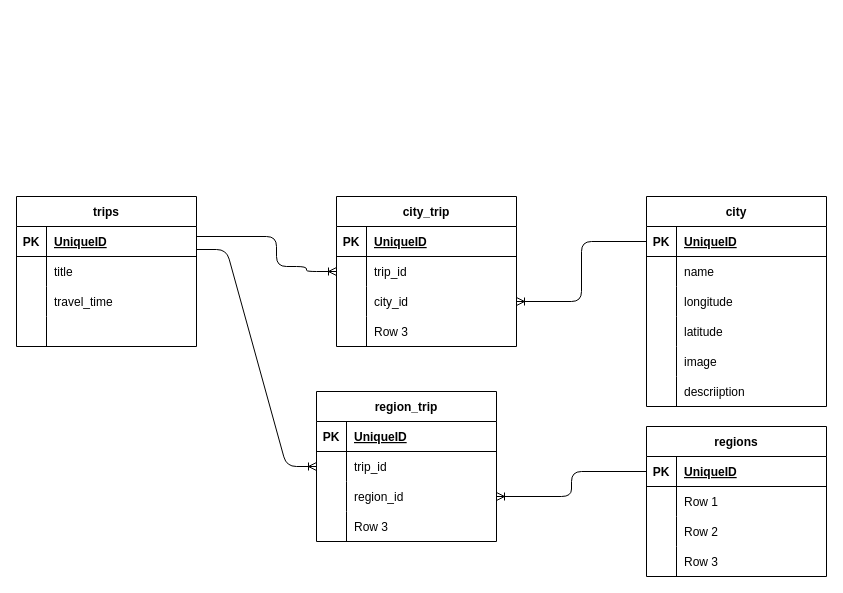
Before: trip.drawio in Federicaye/travel-app, a draw.io diagram. Source tidied: cells renumbered, new cells numbered last; positions are measured from the earlier drawing's top-left corner, leaving out a move shared by most shapes. Both pictures are drawn from the tidied source at 100%, with x=0, y=0 at pixel (16, 196).
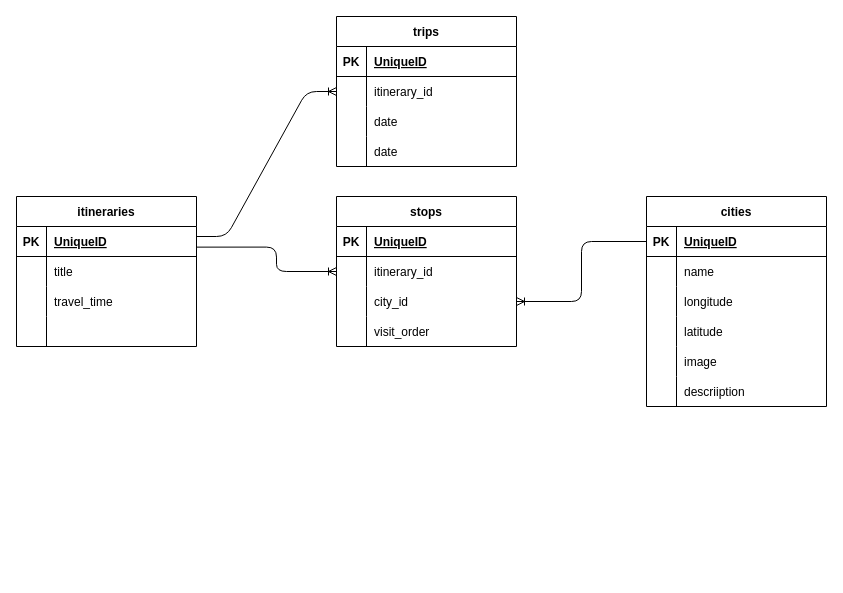
The same page after the edit.

Unchanged cells that the change refers to:
```xml
<mxCell id="3" style="shape=tableRow;horizontal=0;startSize=0;swimlaneHead=0;swimlaneBody=0;fillColor=none;points=[[0,0.5],[1,0.5]];portConstraint=eastwest;top=0;left=0;right=0;bottom=1;" parent="2" vertex="1">
  <mxGeometry y="30" width="180" height="30" as="geometry" />
</mxCell>
<mxCell id="51" style="shape=tableRow;horizontal=0;startSize=0;swimlaneHead=0;swimlaneBody=0;fillColor=none;points=[[0,0.5],[1,0.5]];portConstraint=eastwest;top=0;left=0;right=0;bottom=0;" parent="47" vertex="1">
  <mxGeometry y="60" width="180" height="30" as="geometry" />
</mxCell>
<mxCell id="57" style="shape=tableRow;horizontal=0;startSize=0;swimlaneHead=0;swimlaneBody=0;fillColor=none;top=0;left=0;right=0;bottom=0;" parent="47" vertex="1">
  <mxGeometry y="120" width="180" height="30" as="geometry" />
</mxCell>
```

The edit, as a diff of the source:
```diff
@@
-    <mxCell id="2" value="trips" style="shape=table;startSize=30;childLayout=tableLayout;rowLines=0;fontStyle=1;align=center;" parent="1" vertex="1">
+    <mxCell id="2" value="itineraries" style="shape=table;startSize=30;childLayout=tableLayout;rowLines=0;fontStyle=1;align=center;" parent="1" vertex="1">
       <mxGeometry width="180" height="150" as="geometry" />
     </mxCell>
@@
-    <mxCell id="15" value="regions" style="shape=table;startSize=30;childLayout=tableLayout;rowLines=0;fontStyle=1;align=center;" parent="1" vertex="1">
-      <mxGeometry x="630" y="230" width="180" height="150" as="geometry" />
-    </mxCell>
-    <mxCell id="16" style="shape=tableRow;horizontal=0;startSize=0;swimlaneHead=0;swimlaneBody=0;fillColor=none;points=[[0,0.5],[1,0.5]];portConstraint=eastwest;top=0;left=0;right=0;bottom=1;" parent="15" vertex="1">
-      <mxGeometry y="30" width="180" height="30" as="geometry" />
-    </mxCell>
-    <mxCell id="17" value="PK" style="shape=partialRectangle;fillColor=none;top=0;left=0;bottom=0;right=0;fontStyle=1;overflow=hidden;" parent="16" vertex="1">
-      <mxGeometry width="30" height="30" as="geometry" />
-    </mxCell>
-    <mxCell id="18" value="UniqueID" style="shape=partialRectangle;fillColor=none;top=0;left=0;bottom=0;right=0;align=left;spacingLeft=6;fontStyle=5;overflow=hidden;" parent="16" vertex="1">
-      <mxGeometry x="30" width="150" height="30" as="geometry" />
-    </mxCell>
-    <mxCell id="19" style="shape=tableRow;horizontal=0;startSize=0;swimlaneHead=0;swimlaneBody=0;fillColor=none;top=0;left=0;right=0;bottom=0;" parent="15" vertex="1">
-      <mxGeometry y="60" width="180" height="30" as="geometry" />
-    </mxCell>
-    <mxCell id="20" style="shape=partialRectangle;fillColor=none;top=0;left=0;bottom=0;right=0;overflow=hidden;" parent="19" vertex="1">
-      <mxGeometry width="30" height="30" as="geometry" />
-    </mxCell>
-    <mxCell id="21" value="Row 1" style="shape=partialRectangle;fillColor=none;top=0;left=0;bottom=0;right=0;align=left;spacingLeft=6;overflow=hidden;" parent="19" vertex="1">
-      <mxGeometry x="30" width="150" height="30" as="geometry" />
-    </mxCell>
-    <mxCell id="22" style="shape=tableRow;horizontal=0;startSize=0;swimlaneHead=0;swimlaneBody=0;fillColor=none;top=0;left=0;right=0;bottom=0;" parent="15" vertex="1">
-      <mxGeometry y="90" width="180" height="30" as="geometry" />
-    </mxCell>
-    <mxCell id="23" style="shape=partialRectangle;fillColor=none;top=0;left=0;bottom=0;right=0;overflow=hidden;" parent="22" vertex="1">
-      <mxGeometry width="30" height="30" as="geometry" />
-    </mxCell>
-    <mxCell id="24" value="Row 2" style="shape=partialRectangle;fillColor=none;top=0;left=0;bottom=0;right=0;align=left;spacingLeft=6;overflow=hidden;" parent="22" vertex="1">
-      <mxGeometry x="30" width="150" height="30" as="geometry" />
-    </mxCell>
-    <mxCell id="25" style="shape=tableRow;horizontal=0;startSize=0;swimlaneHead=0;swimlaneBody=0;fillColor=none;top=0;left=0;right=0;bottom=0;" parent="15" vertex="1">
-      <mxGeometry y="120" width="180" height="30" as="geometry" />
-    </mxCell>
-    <mxCell id="26" style="shape=partialRectangle;fillColor=none;top=0;left=0;bottom=0;right=0;overflow=hidden;" parent="25" vertex="1">
-      <mxGeometry width="30" height="30" as="geometry" />
-    </mxCell>
-    <mxCell id="27" value="Row 3" style="shape=partialRectangle;fillColor=none;top=0;left=0;bottom=0;right=0;align=left;spacingLeft=6;overflow=hidden;" parent="25" vertex="1">
-      <mxGeometry x="30" width="150" height="30" as="geometry" />
-    </mxCell>
-    <mxCell id="28" value="city" style="shape=table;startSize=30;childLayout=tableLayout;rowLines=0;fontStyle=1;align=center;" parent="1" vertex="1">
+    <mxCell id="28" value="cities" style="shape=table;startSize=30;childLayout=tableLayout;rowLines=0;fontStyle=1;align=center;" parent="1" vertex="1">
       <mxGeometry x="630" width="180" height="210" as="geometry" />
     </mxCell>
@@
-    <mxCell id="47" value="city_trip" style="shape=table;startSize=30;childLayout=tableLayout;rowLines=0;fontStyle=1;align=center;" parent="1" vertex="1">
+    <mxCell id="47" value="stops" style="shape=table;startSize=30;childLayout=tableLayout;rowLines=0;fontStyle=1;align=center;" parent="1" vertex="1">
       <mxGeometry x="320" width="180" height="150" as="geometry" />
     </mxCell>
@@
-    <mxCell id="53" value="trip_id" style="shape=partialRectangle;fillColor=none;top=0;left=0;bottom=0;right=0;align=left;spacingLeft=6;overflow=hidden;" parent="51" vertex="1">
+    <mxCell id="53" value="itinerary_id" style="shape=partialRectangle;fillColor=none;top=0;left=0;bottom=0;right=0;align=left;spacingLeft=6;overflow=hidden;" parent="51" vertex="1">
       <mxGeometry x="30" width="150" height="30" as="geometry" />
     </mxCell>
@@
-    <mxCell id="59" value="Row 3" style="shape=partialRectangle;fillColor=none;top=0;left=0;bottom=0;right=0;align=left;spacingLeft=6;overflow=hidden;" parent="57" vertex="1">
+    <mxCell id="59" value="visit_order" style="shape=partialRectangle;fillColor=none;top=0;left=0;bottom=0;right=0;align=left;spacingLeft=6;overflow=hidden;" parent="57" vertex="1">
       <mxGeometry x="30" width="150" height="30" as="geometry" />
     </mxCell>
-    <mxCell id="60" style="edgeStyle=orthogonalEdgeStyle;fontSize=12;html=1;endArrow=ERoneToMany;entryX=0;entryY=0.5;entryDx=0;entryDy=0;" parent="1" edge="1" target="51">
+    <mxCell id="60" style="edgeStyle=orthogonalEdgeStyle;fontSize=12;html=1;endArrow=ERoneToMany;entryX=0;entryY=0.5;entryDx=0;entryDy=0;exitX=1;exitY=0.688;exitDx=0;exitDy=0;exitPerimeter=0;" parent="1" edge="1" source="3" target="51">
       <mxGeometry relative="1" as="geometry">
-        <mxPoint x="180" y="40" as="sourcePoint" />
         <Array as="points">
-          <mxPoint x="260" y="40" />
-          <mxPoint x="260" y="70" />
-          <mxPoint x="290" y="70" />
-          <mxPoint x="290" y="75" />
+          <mxPoint x="260" y="51" />
+          <mxPoint x="260" y="75" />
         </Array>
       </mxGeometry>
     </mxCell>
@@
-    <mxCell id="62" value="region_trip" style="shape=table;startSize=30;childLayout=tableLayout;rowLines=0;fontStyle=1;align=center;" parent="1" vertex="1">
-      <mxGeometry x="300" y="195" width="180" height="150" as="geometry" />
-    </mxCell>
-    <mxCell id="63" style="shape=tableRow;horizontal=0;startSize=0;swimlaneHead=0;swimlaneBody=0;fillColor=none;top=0;left=0;right=0;bottom=1;" parent="62" vertex="1">
-      <mxGeometry y="30" width="180" height="30" as="geometry" />
-    </mxCell>
-    <mxCell id="64" value="PK" style="shape=partialRectangle;fillColor=none;top=0;left=0;bottom=0;right=0;fontStyle=1;overflow=hidden;" parent="63" vertex="1">
-      <mxGeometry width="30" height="30" as="geometry" />
-    </mxCell>
-    <mxCell id="65" value="UniqueID" style="shape=partialRectangle;fillColor=none;top=0;left=0;bottom=0;right=0;align=left;spacingLeft=6;fontStyle=5;overflow=hidden;" parent="63" vertex="1">
-      <mxGeometry x="30" width="150" height="30" as="geometry" />
-    </mxCell>
-    <mxCell id="66" style="shape=tableRow;horizontal=0;startSize=0;swimlaneHead=0;swimlaneBody=0;fillColor=none;points=[[0,0.5],[1,0.5]];portConstraint=eastwest;top=0;left=0;right=0;bottom=0;" parent="62" vertex="1">
-      <mxGeometry y="60" width="180" height="30" as="geometry" />
-    </mxCell>
-    <mxCell id="67" style="shape=partialRectangle;fillColor=none;top=0;left=0;bottom=0;right=0;overflow=hidden;" parent="66" vertex="1">
-      <mxGeometry width="30" height="30" as="geometry" />
-    </mxCell>
-    <mxCell id="68" value="trip_id" style="shape=partialRectangle;fillColor=none;top=0;left=0;bottom=0;right=0;align=left;spacingLeft=6;overflow=hidden;" parent="66" vertex="1">
-      <mxGeometry x="30" width="150" height="30" as="geometry" />
-    </mxCell>
-    <mxCell id="69" style="shape=tableRow;horizontal=0;startSize=0;swimlaneHead=0;swimlaneBody=0;fillColor=none;points=[[0,0.5],[1,0.5]];portConstraint=eastwest;top=0;left=0;right=0;bottom=0;" parent="62" vertex="1">
-      <mxGeometry y="90" width="180" height="30" as="geometry" />
-    </mxCell>
-    <mxCell id="70" style="shape=partialRectangle;fillColor=none;top=0;left=0;bottom=0;right=0;overflow=hidden;" parent="69" vertex="1">
-      <mxGeometry width="30" height="30" as="geometry" />
-    </mxCell>
-    <mxCell id="71" value="region_id" style="shape=partialRectangle;fillColor=none;top=0;left=0;bottom=0;right=0;align=left;spacingLeft=6;overflow=hidden;" parent="69" vertex="1">
-      <mxGeometry x="30" width="150" height="30" as="geometry" />
-    </mxCell>
-    <mxCell id="72" style="shape=tableRow;horizontal=0;startSize=0;swimlaneHead=0;swimlaneBody=0;fillColor=none;top=0;left=0;right=0;bottom=0;" parent="62" vertex="1">
-      <mxGeometry y="120" width="180" height="30" as="geometry" />
-    </mxCell>
-    <mxCell id="73" style="shape=partialRectangle;fillColor=none;top=0;left=0;bottom=0;right=0;overflow=hidden;" parent="72" vertex="1">
-      <mxGeometry width="30" height="30" as="geometry" />
-    </mxCell>
-    <mxCell id="74" value="Row 3" style="shape=partialRectangle;fillColor=none;top=0;left=0;bottom=0;right=0;align=left;spacingLeft=6;overflow=hidden;" parent="72" vertex="1">
-      <mxGeometry x="30" width="150" height="30" as="geometry" />
-    </mxCell>
-    <mxCell id="75" style="edgeStyle=entityRelationEdgeStyle;fontSize=12;html=1;endArrow=ERoneToMany;entryX=0;entryY=0.5;entryDx=0;entryDy=0;" parent="1" edge="1" target="66">
-      <mxGeometry relative="1" as="geometry">
-        <mxPoint x="180" y="53" as="sourcePoint" />
-      </mxGeometry>
-    </mxCell>
-    <mxCell id="76" style="edgeStyle=orthogonalEdgeStyle;fontSize=12;html=1;endArrow=ERoneToMany;exitX=0;exitY=0.5;exitDx=0;exitDy=0;" parent="1" edge="1" source="16" target="69">
-      <mxGeometry relative="1" as="geometry" />
-    </mxCell>
+    <mxCell id="77" value="trips" style="shape=table;startSize=30;childLayout=tableLayout;rowLines=0;fontStyle=1;align=center;" parent="1" vertex="1">
+      <mxGeometry x="320" y="-180" width="180" height="150" as="geometry" />
+    </mxCell>
+    <mxCell id="78" style="shape=tableRow;horizontal=0;startSize=0;swimlaneHead=0;swimlaneBody=0;fillColor=none;top=0;left=0;right=0;bottom=1;" parent="77" vertex="1">
+      <mxGeometry y="30" width="180" height="30" as="geometry" />
+    </mxCell>
+    <mxCell id="79" value="PK" style="shape=partialRectangle;fillColor=none;top=0;left=0;bottom=0;right=0;fontStyle=1;overflow=hidden;" parent="78" vertex="1">
+      <mxGeometry width="30" height="30" as="geometry" />
+    </mxCell>
+    <mxCell id="80" value="UniqueID" style="shape=partialRectangle;fillColor=none;top=0;left=0;bottom=0;right=0;align=left;spacingLeft=6;fontStyle=5;overflow=hidden;" parent="78" vertex="1">
+      <mxGeometry x="30" width="150" height="30" as="geometry" />
+    </mxCell>
+    <mxCell id="81" style="shape=tableRow;horizontal=0;startSize=0;swimlaneHead=0;swimlaneBody=0;fillColor=none;points=[[0,0.5],[1,0.5]];portConstraint=eastwest;top=0;left=0;right=0;bottom=0;" parent="77" vertex="1">
+      <mxGeometry y="60" width="180" height="30" as="geometry" />
+    </mxCell>
+    <mxCell id="82" style="shape=partialRectangle;fillColor=none;top=0;left=0;bottom=0;right=0;overflow=hidden;" parent="81" vertex="1">
+      <mxGeometry width="30" height="30" as="geometry" />
+    </mxCell>
+    <mxCell id="83" value="itinerary_id" style="shape=partialRectangle;fillColor=none;top=0;left=0;bottom=0;right=0;align=left;spacingLeft=6;overflow=hidden;" parent="81" vertex="1">
+      <mxGeometry x="30" width="150" height="30" as="geometry" />
+    </mxCell>
+    <mxCell id="84" style="shape=tableRow;horizontal=0;startSize=0;swimlaneHead=0;swimlaneBody=0;fillColor=none;top=0;left=0;right=0;bottom=0;" parent="77" vertex="1">
+      <mxGeometry y="90" width="180" height="30" as="geometry" />
+    </mxCell>
+    <mxCell id="85" style="shape=partialRectangle;fillColor=none;top=0;left=0;bottom=0;right=0;overflow=hidden;" parent="84" vertex="1">
+      <mxGeometry width="30" height="30" as="geometry" />
+    </mxCell>
+    <mxCell id="86" value="date" style="shape=partialRectangle;fillColor=none;top=0;left=0;bottom=0;right=0;align=left;spacingLeft=6;overflow=hidden;" parent="84" vertex="1">
+      <mxGeometry x="30" width="150" height="30" as="geometry" />
+    </mxCell>
+    <mxCell id="87" style="shape=tableRow;horizontal=0;startSize=0;swimlaneHead=0;swimlaneBody=0;fillColor=none;top=0;left=0;right=0;bottom=0;" parent="77" vertex="1">
+      <mxGeometry y="120" width="180" height="30" as="geometry" />
+    </mxCell>
+    <mxCell id="88" style="shape=partialRectangle;fillColor=none;top=0;left=0;bottom=0;right=0;overflow=hidden;" parent="87" vertex="1">
+      <mxGeometry width="30" height="30" as="geometry" />
+    </mxCell>
+    <mxCell id="89" value="date" style="shape=partialRectangle;fillColor=none;top=0;left=0;bottom=0;right=0;align=left;spacingLeft=6;overflow=hidden;" parent="87" vertex="1">
+      <mxGeometry x="30" width="150" height="30" as="geometry" />
+    </mxCell>
+    <mxCell id="90" style="edgeStyle=entityRelationEdgeStyle;fontSize=12;html=1;endArrow=ERoneToMany;entryX=0;entryY=0.5;entryDx=0;entryDy=0;" parent="1" edge="1" target="81">
+      <mxGeometry relative="1" as="geometry">
+        <mxPoint x="180" y="40" as="sourcePoint" />
+      </mxGeometry>
+    </mxCell>
```
